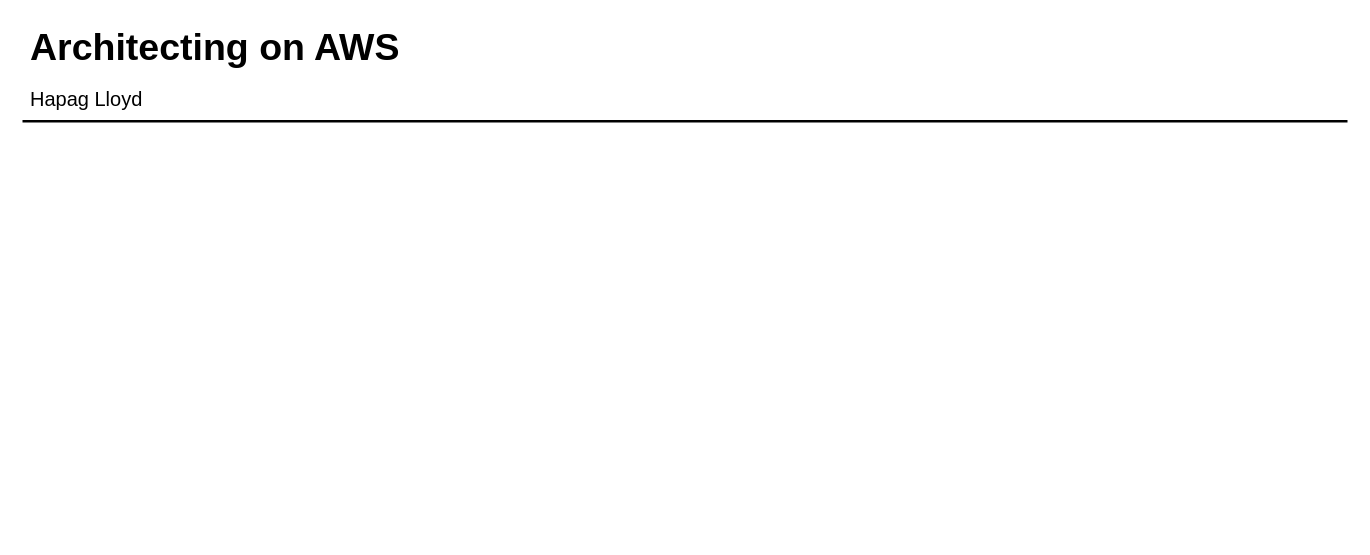
Earlier version of the draw.io diagram page "Page-2" (1 of 11) of HapagLloyd.drawio (taupoali/awsdiagrams). Source tidied: cells renumbered, new cells numbered last; positions are measured from the earlier drawing's top-left corner, leaving out a move shared by most shapes. Both pictures are drawn from the tidied source at 125%, with x=0, y=0 at pixel (21, 20).
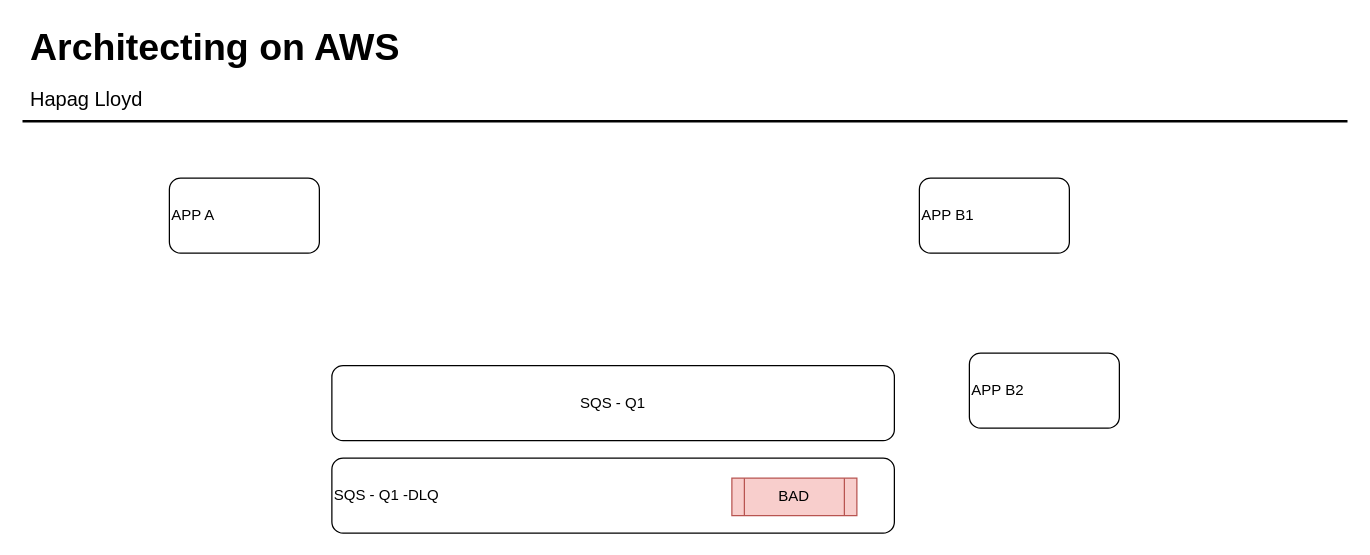
After the change.

Diff of the diagram source:
```diff
@@
 <mxGraphModel>
   <root>
     <mxCell id="0" />
     <mxCell id="1" parent="0" />
+    <mxCell id="5" value="SQS - Q1 -DLQ" style="rounded=1;whiteSpace=wrap;html=1;align=left;" parent="1" vertex="1">
+      <mxGeometry x="248" y="350" width="450" height="60" as="geometry" />
+    </mxCell>
     <mxCell id="2" value="Architecting on AWS" style="text;html=1;align=left;verticalAlign=top;spacingTop=-4;fontSize=30;fontStyle=1;" parent="1" vertex="1">
       <mxGeometry x="4.5" y="0.5" width="310" height="40" as="geometry" />
     </mxCell>
     <mxCell id="3" value="Hapag Lloyd" style="text;html=1;align=left;verticalAlign=top;spacingTop=-4;fontSize=16;" parent="1" vertex="1">
       <mxGeometry x="4.5" y="50.5" width="110" height="20" as="geometry" />
     </mxCell>
     <mxCell id="4" style="line;strokeWidth=2;html=1;fontSize=14;" parent="1" vertex="1">
       <mxGeometry x="0.5" y="75.5" width="1060" height="10" as="geometry" />
     </mxCell>
+    <mxCell id="6" value="APP A" style="rounded=1;whiteSpace=wrap;html=1;align=left;" parent="1" vertex="1">
+      <mxGeometry x="118" y="126" width="120" height="60" as="geometry" />
+    </mxCell>
+    <mxCell id="7" value="APP B1" style="rounded=1;whiteSpace=wrap;html=1;align=left;" parent="1" vertex="1">
+      <mxGeometry x="718" y="126" width="120" height="60" as="geometry" />
+    </mxCell>
+    <mxCell id="8" value="SQS - Q1" style="rounded=1;whiteSpace=wrap;html=1;" parent="1" vertex="1">
+      <mxGeometry x="248" y="276" width="450" height="60" as="geometry" />
+    </mxCell>
+    <mxCell id="9" value="BAD" style="shape=process;whiteSpace=wrap;html=1;backgroundOutline=1;fillColor=#f8cecc;strokeColor=#b85450;" parent="1" vertex="1">
+      <mxGeometry x="568" y="366" width="100" height="30" as="geometry" />
+    </mxCell>
+    <mxCell id="10" value="APP B2" style="rounded=1;whiteSpace=wrap;html=1;align=left;" parent="1" vertex="1">
+      <mxGeometry x="758" y="266" width="120" height="60" as="geometry" />
+    </mxCell>
   </root>
 </mxGraphModel>
```
